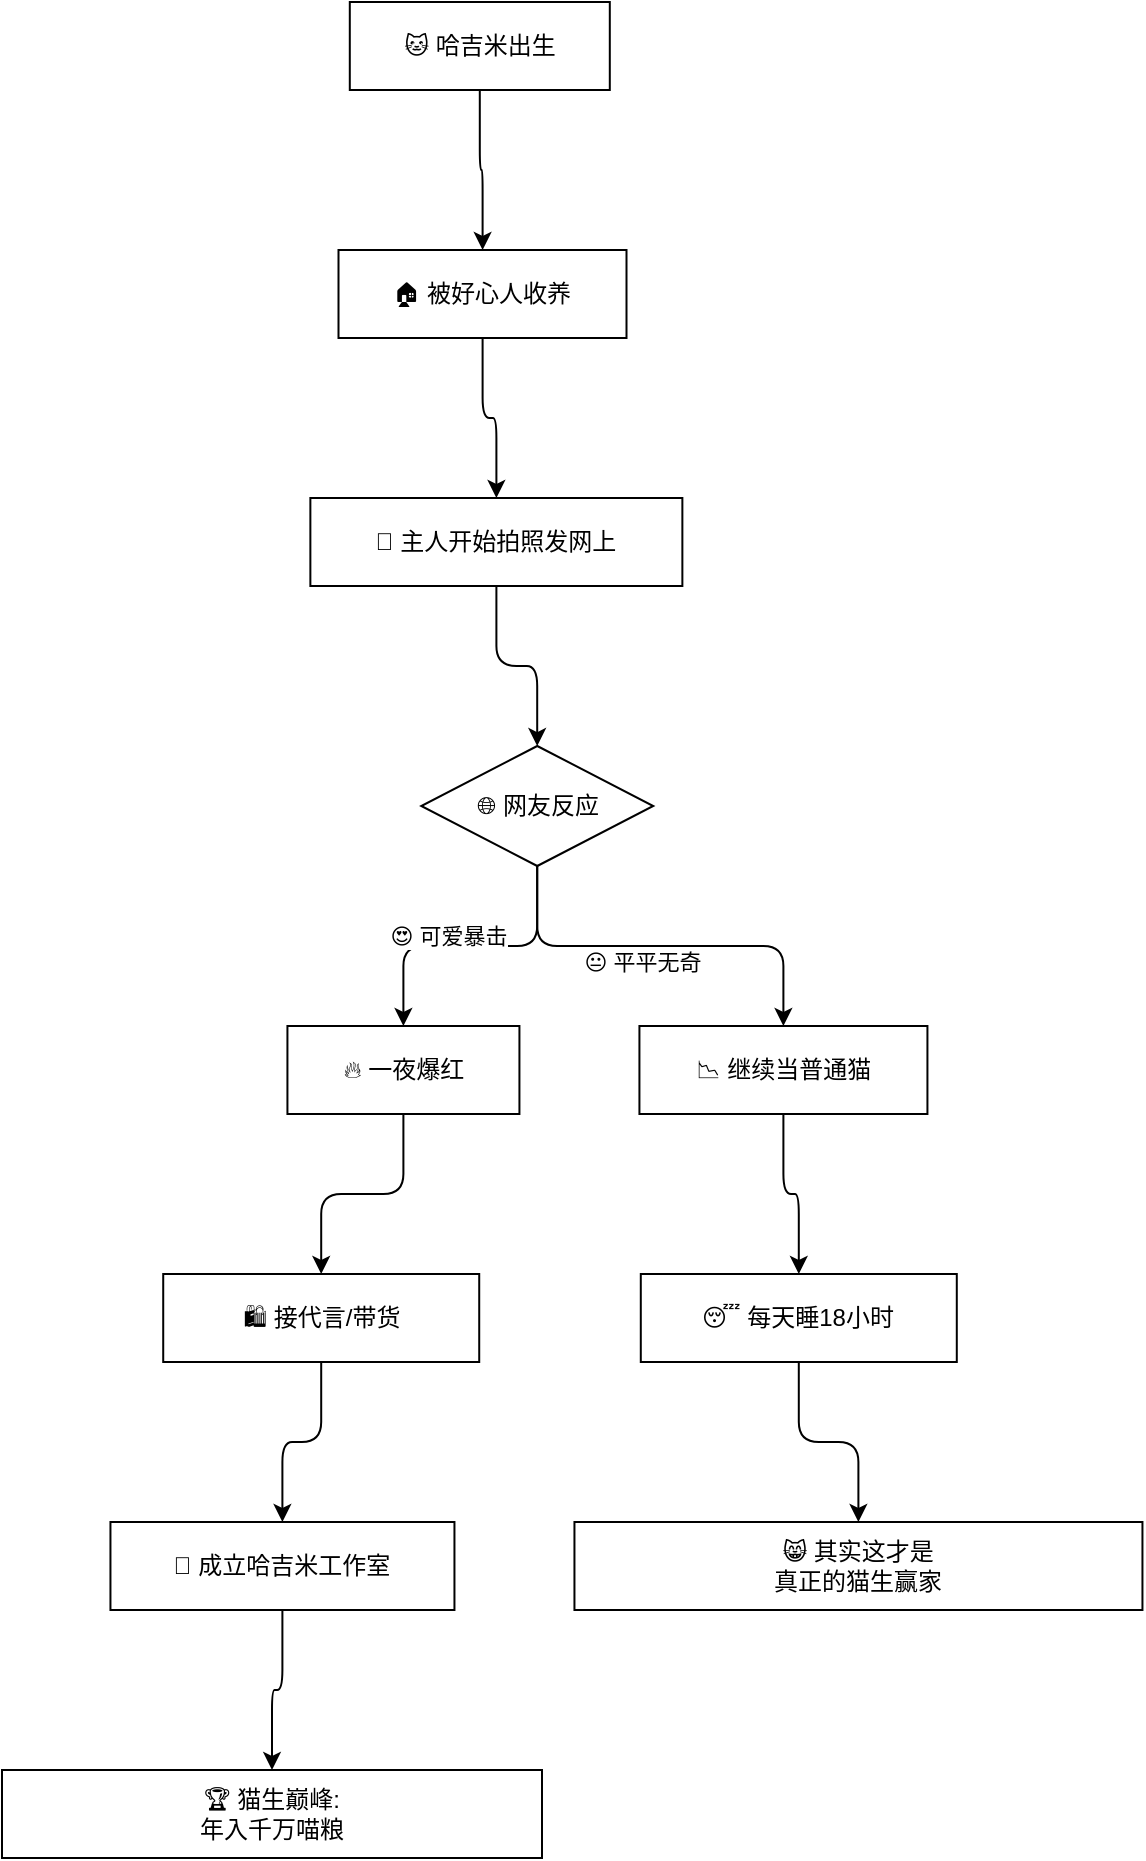
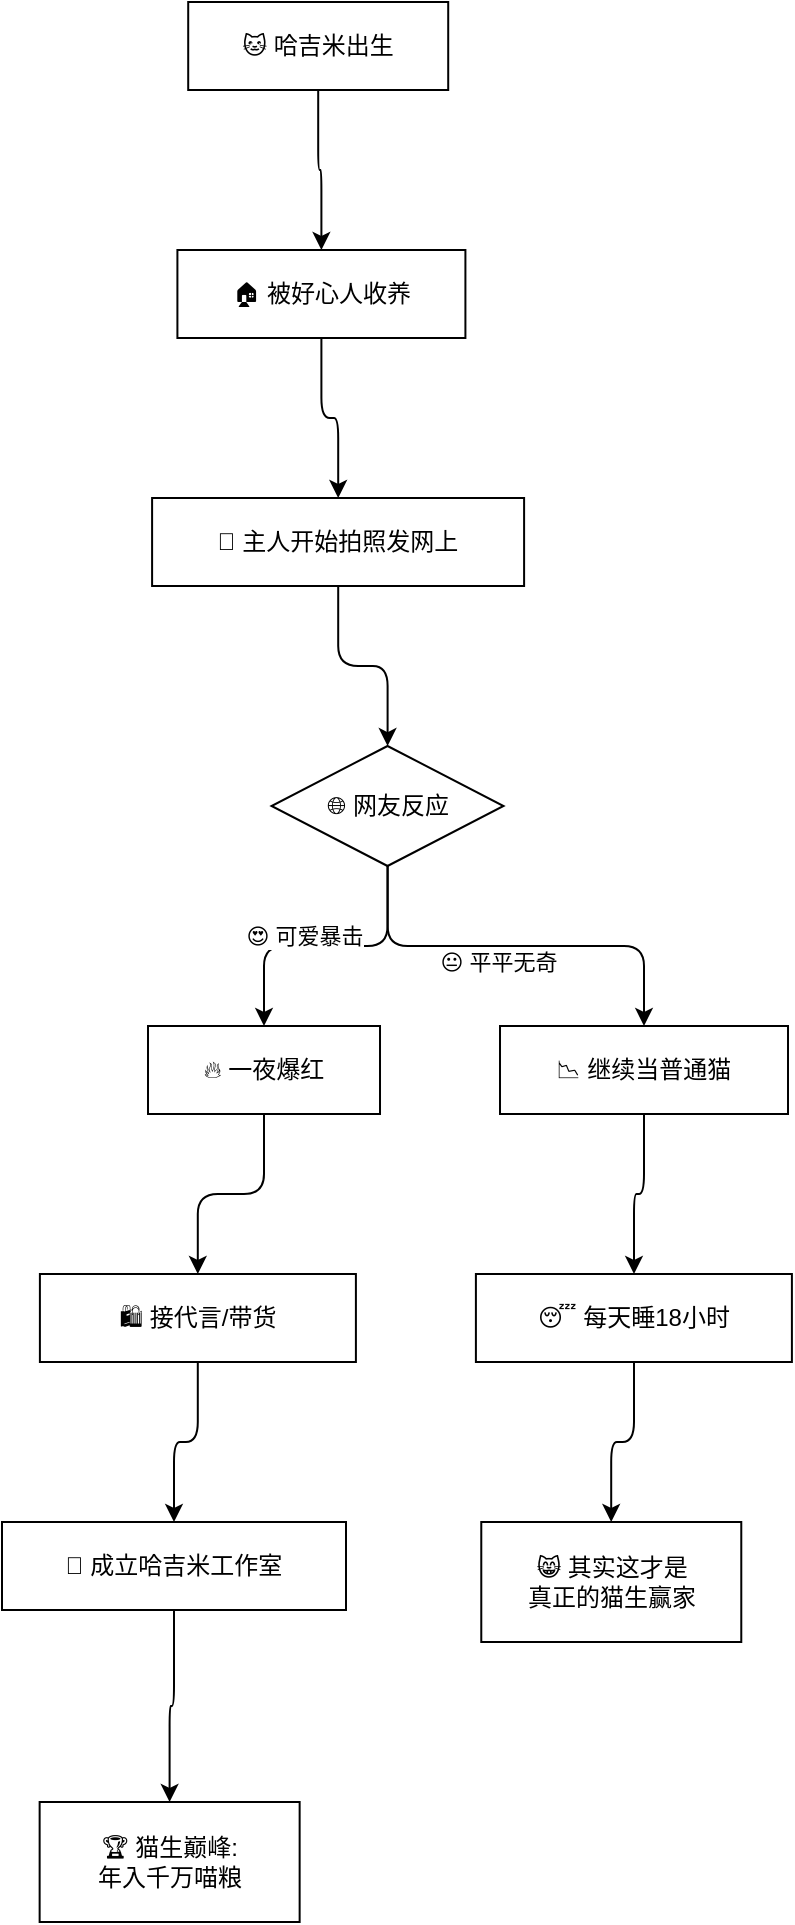
<mxfile host="graphmcp" agent="graphmcp/1.0" type="device">
-   <diagram name="hajimi-cat" id="gti8xmcs05hq0n">
+   <diagram name="hajimi-cat" id="gti9b60gon1s77">
    <mxGraphModel dx="800" dy="600" grid="1" gridSize="10" guides="1" tooltips="1" connect="1" arrows="1" fold="1" page="1" pageScale="1" pageWidth="1169" pageHeight="826" math="0" shadow="0">
      <root>
        <mxCell id="0"/>
        <mxCell id="1" parent="0"/>
        <mxCell id="A" value="🐱 哈吉米出生" style="rounded=0;whiteSpace=wrap;html=1;" vertex="1" parent="1">
-           <mxGeometry x="193.898" y="20" width="130" height="44" as="geometry"/>
+           <mxGeometry x="113.104" y="20" width="130" height="44" as="geometry"/>
        </mxCell>
        <mxCell id="B" value="🏠 被好心人收养" style="rounded=0;whiteSpace=wrap;html=1;" vertex="1" parent="1">
-           <mxGeometry x="188.252" y="144" width="144" height="44" as="geometry"/>
+           <mxGeometry x="107.707" y="144" width="144" height="44" as="geometry"/>
        </mxCell>
        <mxCell id="C" value="📸 主人开始拍照发网上" style="rounded=0;whiteSpace=wrap;html=1;" vertex="1" parent="1">
-           <mxGeometry x="174.183" y="268" width="186" height="44" as="geometry"/>
+           <mxGeometry x="95.0519" y="268" width="186" height="44" as="geometry"/>
        </mxCell>
        <mxCell id="D" value="🌐 网友反应" style="rhombus;whiteSpace=wrap;html=1;" vertex="1" parent="1">
-           <mxGeometry x="229.629" y="392" width="116" height="60" as="geometry"/>
+           <mxGeometry x="154.767" y="392" width="116" height="60" as="geometry"/>
        </mxCell>
        <mxCell id="E" value="🔥 一夜爆红" style="rounded=0;whiteSpace=wrap;html=1;" vertex="1" parent="1">
-           <mxGeometry x="162.713" y="532" width="116" height="44" as="geometry"/>
+           <mxGeometry x="93.007" y="532" width="116" height="44" as="geometry"/>
        </mxCell>
        <mxCell id="F" value="📉 继续当普通猫" style="rounded=0;whiteSpace=wrap;html=1;" vertex="1" parent="1">
-           <mxGeometry x="338.713" y="532" width="144" height="44" as="geometry"/>
+           <mxGeometry x="269.007" y="532" width="144" height="44" as="geometry"/>
        </mxCell>
        <mxCell id="G" value="🛍️ 接代言/带货" style="rounded=0;whiteSpace=wrap;html=1;" vertex="1" parent="1">
-           <mxGeometry x="100.612" y="656" width="158" height="44" as="geometry"/>
+           <mxGeometry x="38.9495" y="656" width="158" height="44" as="geometry"/>
        </mxCell>
        <mxCell id="H" value="💼 成立哈吉米工作室" style="rounded=0;whiteSpace=wrap;html=1;" vertex="1" parent="1">
-           <mxGeometry x="74.226" y="780" width="172" height="44" as="geometry"/>
+           <mxGeometry x="20" y="780" width="172" height="44" as="geometry"/>
        </mxCell>
        <mxCell id="I" value="🏆 猫生巅峰:&lt;br&gt;年入千万喵粮" style="rounded=0;whiteSpace=wrap;html=1;" vertex="1" parent="1">
-           <mxGeometry x="20" y="904" width="270" height="44" as="geometry"/>
+           <mxGeometry x="38.8201" y="920" width="130" height="60" as="geometry"/>
        </mxCell>
        <mxCell id="J" value="😴 每天睡18小时" style="rounded=0;whiteSpace=wrap;html=1;" vertex="1" parent="1">
-           <mxGeometry x="339.397" y="656" width="158" height="44" as="geometry"/>
+           <mxGeometry x="256.95" y="656" width="158" height="44" as="geometry"/>
        </mxCell>
        <mxCell id="K" value="😸 其实这才是&lt;br&gt;真正的猫生赢家" style="rounded=0;whiteSpace=wrap;html=1;" vertex="1" parent="1">
-           <mxGeometry x="306.226" y="780" width="284" height="44" as="geometry"/>
+           <mxGeometry x="259.642" y="780" width="130" height="60" as="geometry"/>
        </mxCell>
        <mxCell id="edge1" value="" style="edgeStyle=orthogonalEdgeStyle;rounded=1;html=1;" edge="1" parent="1" source="A" target="B">
          <mxGeometry relative="1" as="geometry">
          </mxGeometry>
        </mxCell>
        <mxCell id="edge2" value="" style="edgeStyle=orthogonalEdgeStyle;rounded=1;html=1;" edge="1" parent="1" source="B" target="C">
          <mxGeometry relative="1" as="geometry">
          </mxGeometry>
        </mxCell>
        <mxCell id="edge3" value="" style="edgeStyle=orthogonalEdgeStyle;rounded=1;html=1;" edge="1" parent="1" source="C" target="D">
          <mxGeometry relative="1" as="geometry">
          </mxGeometry>
        </mxCell>
        <mxCell id="edge4" value="😍 可爱暴击" style="edgeStyle=orthogonalEdgeStyle;rounded=1;html=1;" edge="1" parent="1" source="D" target="E">
          <mxGeometry relative="1" as="geometry">
-             <mxPoint x="-10.7033" y="-5.42589" as="offset"/>
+             <mxPoint x="-10.8691" y="-5.08544" as="offset"/>
          </mxGeometry>
        </mxCell>
        <mxCell id="edge5" value="😐 平平无奇" style="edgeStyle=orthogonalEdgeStyle;rounded=1;html=1;" edge="1" parent="1" source="D" target="F">
          <mxGeometry relative="1" as="geometry">
-             <mxPoint x="-8.7765" y="8.1837" as="offset"/>
+             <mxPoint x="-8.60698" y="8.36181" as="offset"/>
          </mxGeometry>
        </mxCell>
        <mxCell id="edge6" value="" style="edgeStyle=orthogonalEdgeStyle;rounded=1;html=1;" edge="1" parent="1" source="E" target="G">
          <mxGeometry relative="1" as="geometry">
          </mxGeometry>
        </mxCell>
        <mxCell id="edge7" value="" style="edgeStyle=orthogonalEdgeStyle;rounded=1;html=1;" edge="1" parent="1" source="G" target="H">
          <mxGeometry relative="1" as="geometry">
          </mxGeometry>
        </mxCell>
        <mxCell id="edge8" value="" style="edgeStyle=orthogonalEdgeStyle;rounded=1;html=1;" edge="1" parent="1" source="H" target="I">
          <mxGeometry relative="1" as="geometry">
          </mxGeometry>
        </mxCell>
        <mxCell id="edge9" value="" style="edgeStyle=orthogonalEdgeStyle;rounded=1;html=1;" edge="1" parent="1" source="F" target="J">
          <mxGeometry relative="1" as="geometry">
          </mxGeometry>
        </mxCell>
        <mxCell id="edge10" value="" style="edgeStyle=orthogonalEdgeStyle;rounded=1;html=1;" edge="1" parent="1" source="J" target="K">
          <mxGeometry relative="1" as="geometry">
          </mxGeometry>
        </mxCell>
      </root>
    </mxGraphModel>
  </diagram>
</mxfile>
